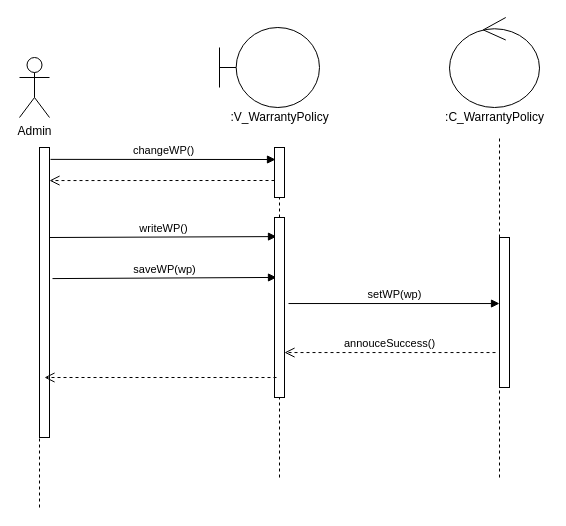
Before: Sequence/SuaChinhSachBaoHanh.drawio in hoangminh15/PTTKHT, a draw.io diagram. Source tidied: cells renumbered, new cells numbered last; positions are measured from the earlier drawing's top-left corner, leaving out a move shared by most shapes. Both pictures are drawn from the tidied source at 100%, with x=0, y=0 at pixel (19, 17).
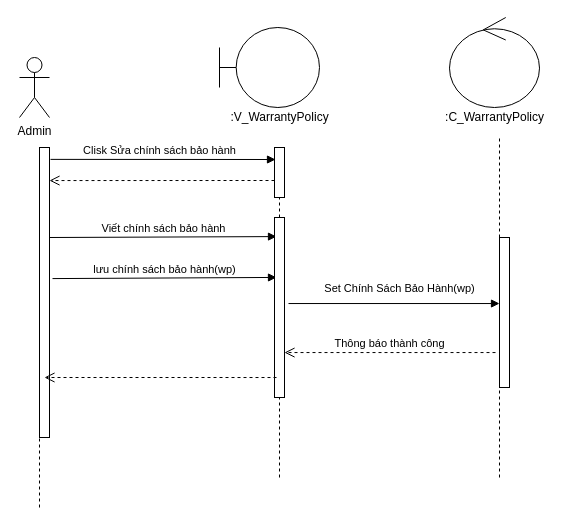
After the change.

The change refers to these unchanged cells:
```xml
<mxCell id="14" style="html=1;points=[];perimeter=orthogonalPerimeter;" parent="1" vertex="1">
  <mxGeometry x="255" y="130" width="10" height="50" as="geometry" />
</mxCell>
<mxCell id="16" style="html=1;points=[];perimeter=orthogonalPerimeter;" parent="1" vertex="1">
  <mxGeometry x="20" y="130" width="10" height="290" as="geometry" />
</mxCell>
<mxCell id="17" style="html=1;points=[];perimeter=orthogonalPerimeter;" parent="1" vertex="1">
  <mxGeometry x="255" y="200" width="10" height="180" as="geometry" />
</mxCell>
<mxCell id="21" style="html=1;points=[];perimeter=orthogonalPerimeter;" parent="1" vertex="1">
  <mxGeometry x="480" y="220" width="10" height="150" as="geometry" />
</mxCell>
```

Change to the diagram source:
```diff
@@
-    <mxCell id="2" value="changeWP()" style="html=1;verticalAlign=bottom;endArrow=block;exitX=1.1;exitY=0.041;exitDx=0;exitDy=0;exitPerimeter=0;entryX=0.1;entryY=0.24;entryDx=0;entryDy=0;entryPerimeter=0;" parent="1" edge="1" source="16" target="14">
-      <mxGeometry relative="1" as="geometry" />
+    <mxCell id="2" value="Clisk Sửa chính sách bảo hành" style="html=1;verticalAlign=bottom;endArrow=block;exitX=1.1;exitY=0.041;exitDx=0;exitDy=0;exitPerimeter=0;entryX=0.1;entryY=0.24;entryDx=0;entryDy=0;entryPerimeter=0;" parent="1" edge="1" source="16" target="14">
+      <mxGeometry x="-0.03" relative="1" as="geometry" />
     </mxCell>
@@
-    <mxCell id="4" value="writeWP()" style="html=1;verticalAlign=bottom;endArrow=block;exitX=1;exitY=0.345;exitDx=0;exitDy=0;exitPerimeter=0;entryX=0.2;entryY=0.106;entryDx=0;entryDy=0;entryPerimeter=0;" parent="1" edge="1" target="17">
+    <mxCell id="4" value="Viết chính sách bảo hành" style="html=1;verticalAlign=bottom;endArrow=block;exitX=1;exitY=0.345;exitDx=0;exitDy=0;exitPerimeter=0;entryX=0.2;entryY=0.106;entryDx=0;entryDy=0;entryPerimeter=0;" parent="1" edge="1" target="17">
       <mxGeometry relative="1" as="geometry">
         <mxPoint x="30" y="220" as="sourcePoint" />
       </mxGeometry>
     </mxCell>
-    <mxCell id="5" value="saveWP(wp)" style="html=1;verticalAlign=bottom;endArrow=block;exitX=1.3;exitY=0.452;exitDx=0;exitDy=0;exitPerimeter=0;entryX=0.2;entryY=0.333;entryDx=0;entryDy=0;entryPerimeter=0;" parent="1" edge="1" source="16" target="17">
+    <mxCell id="5" value="lưu chính sách bảo hành(wp)" style="html=1;verticalAlign=bottom;endArrow=block;exitX=1.3;exitY=0.452;exitDx=0;exitDy=0;exitPerimeter=0;entryX=0.2;entryY=0.333;entryDx=0;entryDy=0;entryPerimeter=0;" parent="1" edge="1" source="16" target="17">
       <mxGeometry relative="1" as="geometry" />
     </mxCell>
-    <mxCell id="6" value="setWP(wp)" style="html=1;verticalAlign=bottom;endArrow=block;exitX=1.4;exitY=0.478;exitDx=0;exitDy=0;exitPerimeter=0;" parent="1" edge="1" source="17" target="21">
-      <mxGeometry relative="1" as="geometry" />
+    <mxCell id="6" value="Set Chính Sách Bảo Hành(wp)" style="html=1;verticalAlign=bottom;endArrow=block;exitX=1.4;exitY=0.478;exitDx=0;exitDy=0;exitPerimeter=0;" parent="1" edge="1" source="17" target="21">
+      <mxGeometry x="0.05" y="6" relative="1" as="geometry" />
     </mxCell>
-    <mxCell id="7" value="annouceSuccess()" style="html=1;verticalAlign=bottom;endArrow=open;dashed=1;endSize=8;exitX=-0.4;exitY=0.767;exitDx=0;exitDy=0;exitPerimeter=0;" parent="1" edge="1" source="21" target="17">
+    <mxCell id="7" value="&lt;div&gt;Thông báo thành công&lt;/div&gt;" style="html=1;verticalAlign=bottom;endArrow=open;dashed=1;endSize=8;exitX=-0.4;exitY=0.767;exitDx=0;exitDy=0;exitPerimeter=0;" parent="1" edge="1" source="21" target="17">
       <mxGeometry relative="1" as="geometry" />
     </mxCell>
```
